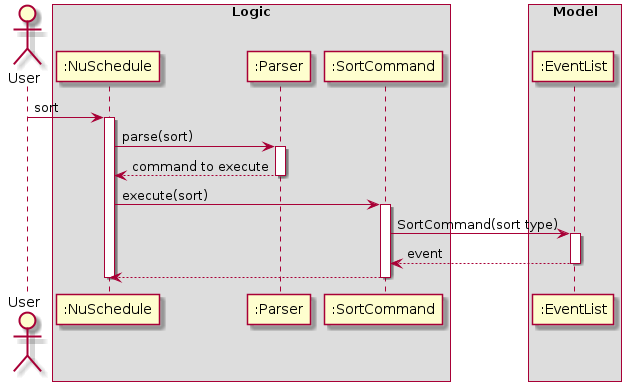
Before: docs/diagrams/SortCommand.png, a diagram exported from PlantUML (nus-cs2113-AY2021S1/tp). Its diagram source:
```plantuml
@startuml


actor User

box Logic
participant ":NuSchedule" as NuSchedule
participant ":Parser" as Parser
participant ":SortCommand" as SortCommand
end box

box Model
participant ":EventList" as EventList
end box

User -> NuSchedule : sort
activate NuSchedule

NuSchedule -> Parser : parse(sort)
activate  Parser

Parser --> NuSchedule : command to execute
deactivate Parser

NuSchedule -> SortCommand : execute(sort)
activate SortCommand

SortCommand -> EventList : SortCommand(sort type)
activate EventList

EventList --> SortCommand : event
deactivate EventList

SortCommand --> NuSchedule
deactivate SortCommand

deactivate NuSchedule
@enduml
```
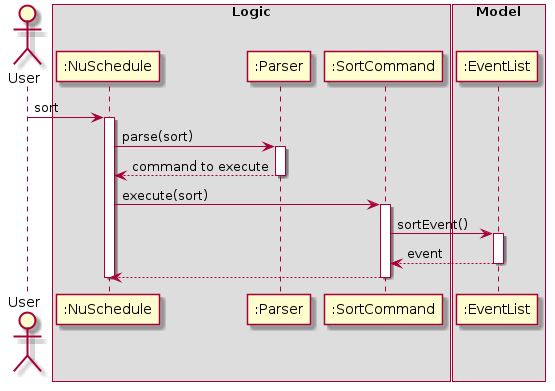
Later version of the same file.

The edit, as a diff of the source:
```diff
@@ -1,5 +1,4 @@
 @startuml
-
 
 actor User
 
@@ -25,7 +24,7 @@
 NuSchedule -> SortCommand : execute(sort)
 activate SortCommand
 
-SortCommand -> EventList : SortCommand(sort type)
+SortCommand -> EventList : sortEvent()
 activate EventList
 
 EventList --> SortCommand : event
```
